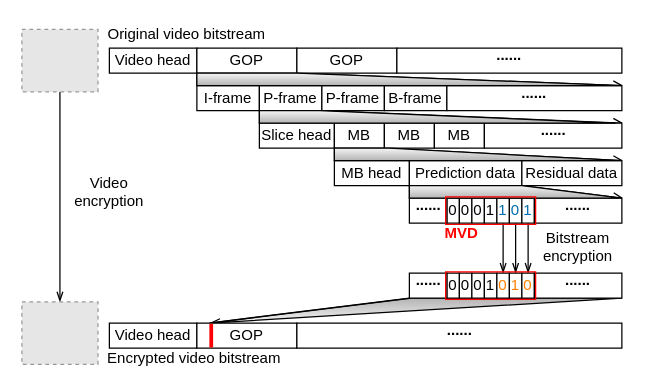
Earlier version of the draw.io diagram img  connet.drawio (tianxianhao/Text). Source tidied: cells renumbered, new cells numbered last; positions are measured from the earlier drawing's top-left corner, leaving out a move shared by most shapes. Both pictures are drawn from the tidied source at 125%, with x=0, y=0 at pixel (21, -134). Pictures stored in the file or linked from it are replaced by grey dashed boxes.
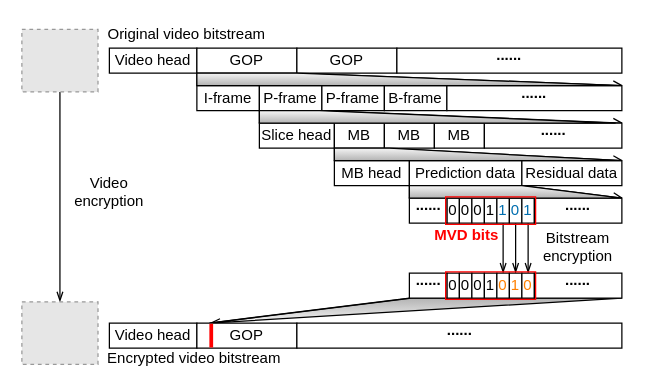
The same diagram, later.

What changed in the source:
```diff
@@
-    <mxCell id="62" value="MVD" style="text;html=1;strokeColor=none;fillColor=none;align=center;verticalAlign=middle;whiteSpace=wrap;rounded=0;fontColor=#FF0000;fontStyle=1;" parent="1" vertex="1">
-      <mxGeometry x="332" y="283" width="40" height="20" as="geometry" />
+    <mxCell id="62" value="MVD bits" style="text;html=1;strokeColor=none;fillColor=none;align=center;verticalAlign=middle;whiteSpace=wrap;rounded=0;fontColor=#FF0000;fontStyle=1;" parent="1" vertex="1">
+      <mxGeometry x="324.5" y="285" width="62" height="20" as="geometry" />
     </mxCell>
```
